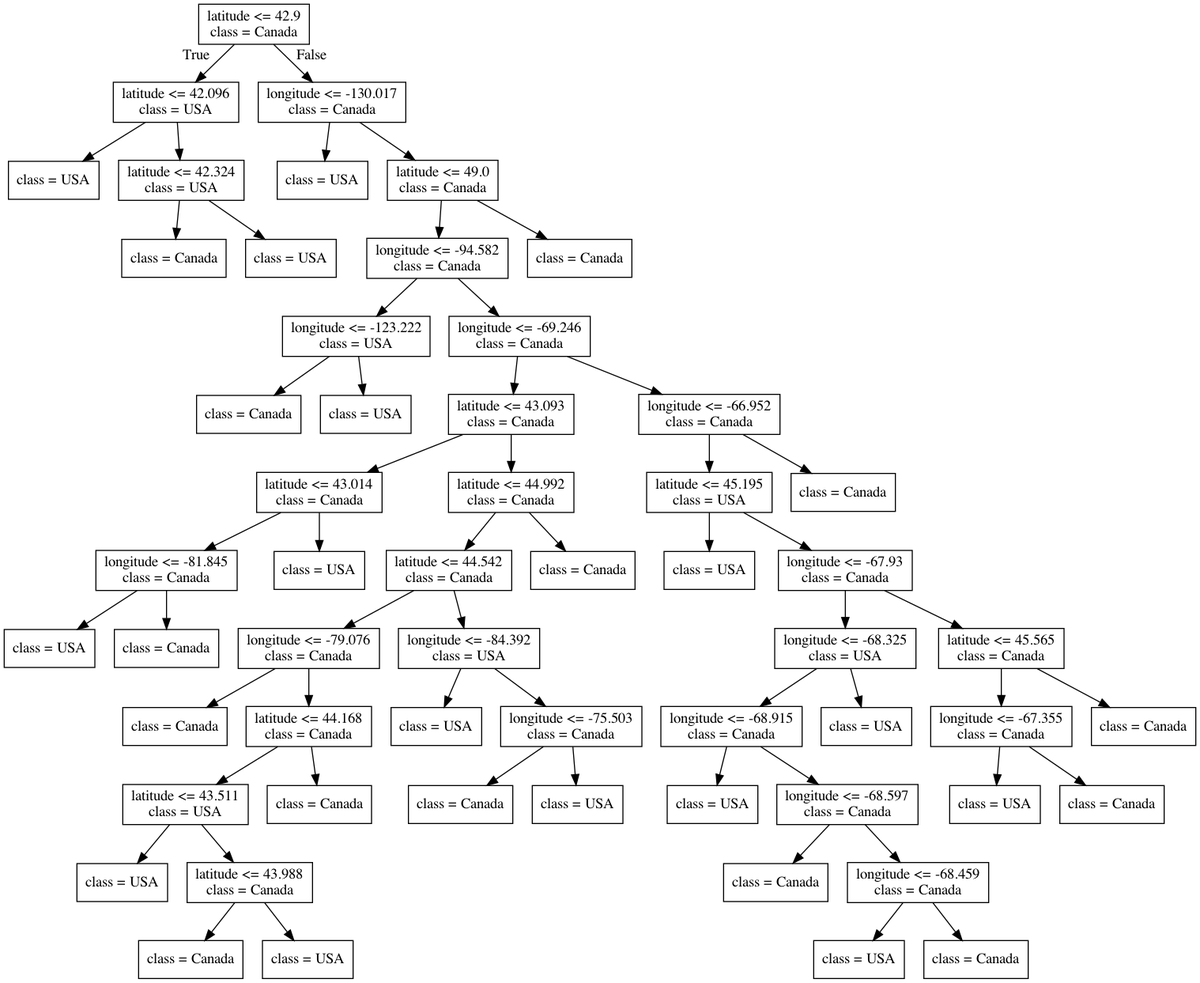
Above: lectures/Source.gv.png in bait509-ubc/BAIT509 (Graphviz), before the change. Its source is kept beside it as lectures/Source.gv.
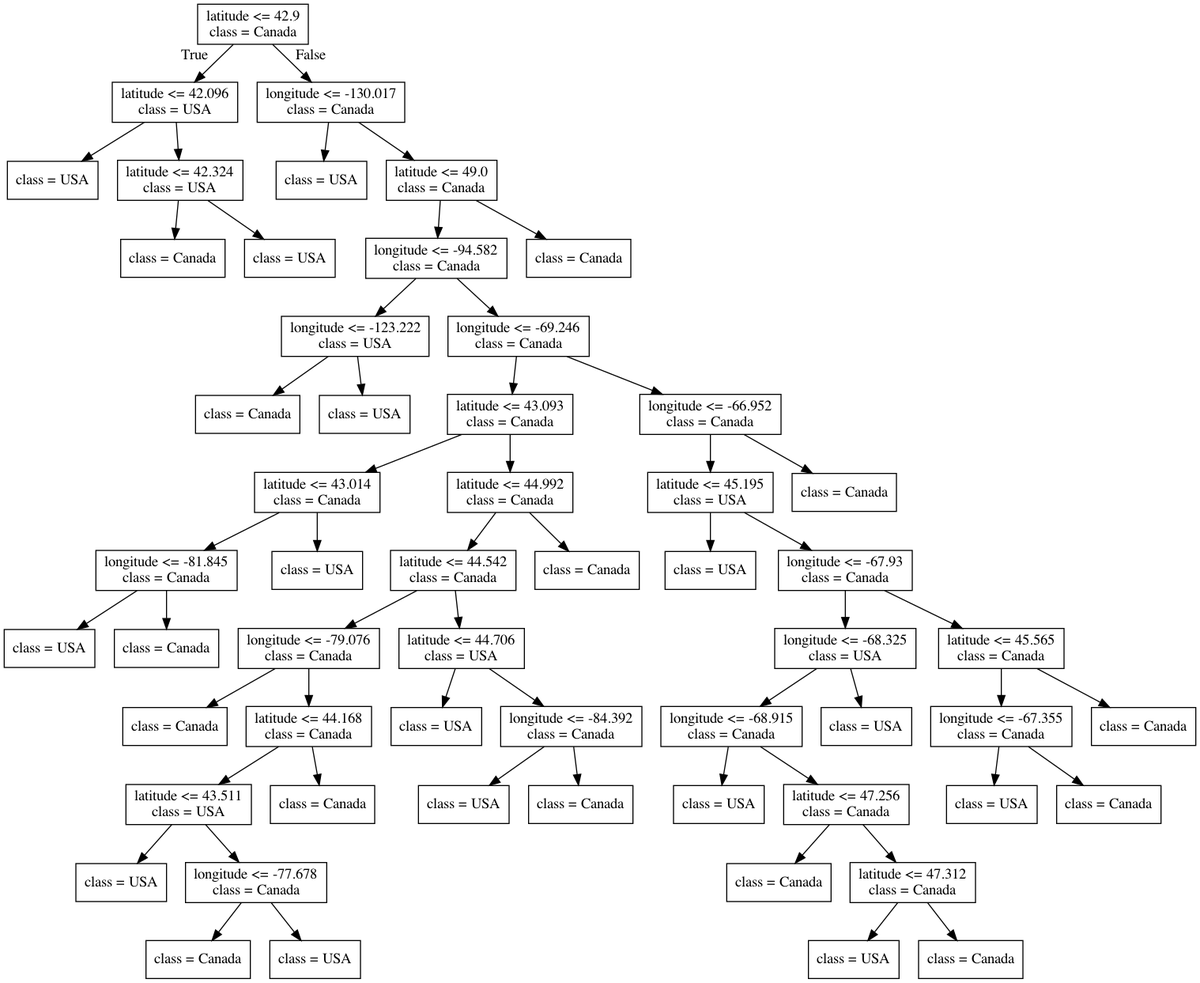
After the change.

Diff of the diagram source:
```diff
@@ -53,7 +53,7 @@
 24 -> 25 ;
 26 [label="class = USA"] ;
 25 -> 26 ;
-27 [label="latitude <= 43.988\nclass = Canada"] ;
+27 [label="longitude <= -77.678\nclass = Canada"] ;
 25 -> 27 ;
 28 [label="class = Canada"] ;
 27 -> 28 ;
@@ -61,15 +61,15 @@
 27 -> 29 ;
 30 [label="class = Canada"] ;
 24 -> 30 ;
-31 [label="longitude <= -84.392\nclass = USA"] ;
+31 [label="latitude <= 44.706\nclass = USA"] ;
 21 -> 31 ;
 32 [label="class = USA"] ;
 31 -> 32 ;
-33 [label="longitude <= -75.503\nclass = Canada"] ;
+33 [label="longitude <= -84.392\nclass = Canada"] ;
 31 -> 33 ;
-34 [label="class = Canada"] ;
+34 [label="class = USA"] ;
 33 -> 34 ;
-35 [label="class = USA"] ;
+35 [label="class = Canada"] ;
 33 -> 35 ;
 36 [label="class = Canada"] ;
 20 -> 36 ;
@@ -87,11 +87,11 @@
 41 -> 42 ;
 43 [label="class = USA"] ;
 42 -> 43 ;
-44 [label="longitude <= -68.597\nclass = Canada"] ;
+44 [label="latitude <= 47.256\nclass = Canada"] ;
 42 -> 44 ;
 45 [label="class = Canada"] ;
 44 -> 45 ;
-46 [label="longitude <= -68.459\nclass = Canada"] ;
+46 [label="latitude <= 47.312\nclass = Canada"] ;
 44 -> 46 ;
 47 [label="class = USA"] ;
 46 -> 47 ;
```
